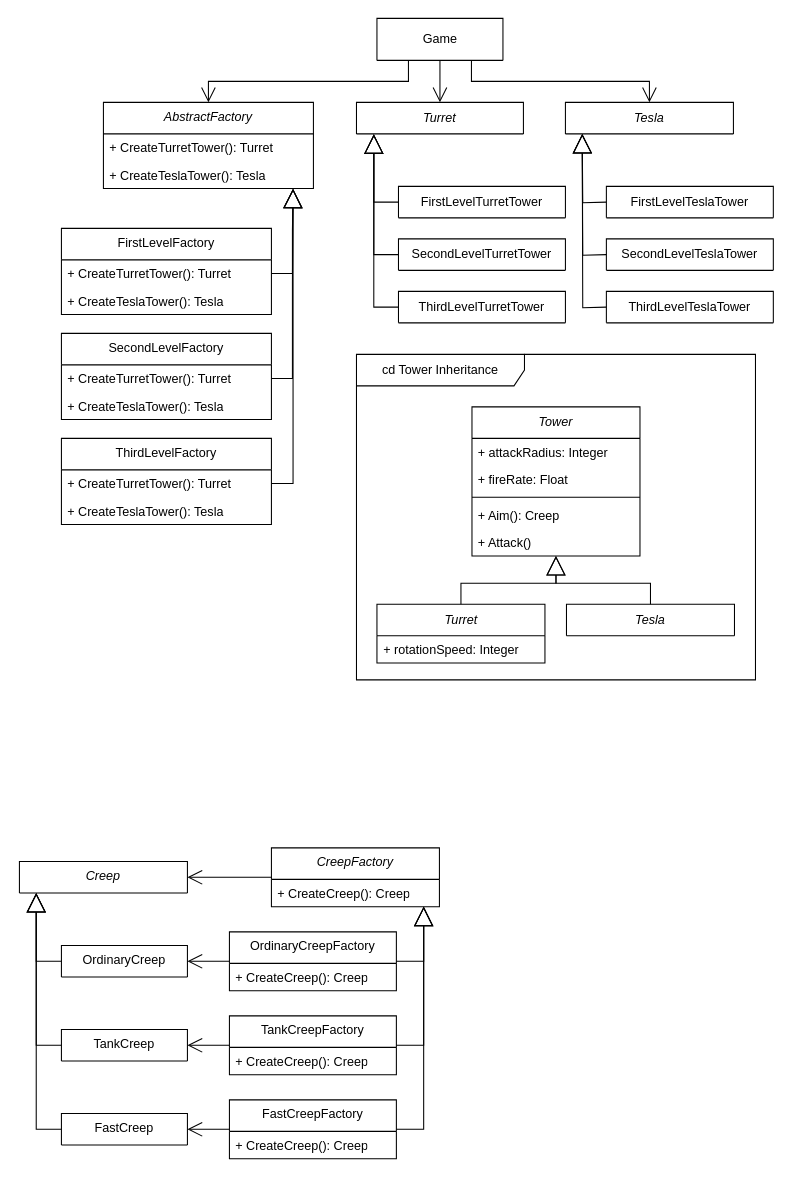
seanslinder/OOAD-2 keeps this draw.io diagram as lab01/OOAD-2_Lab-1.drawio. Above is the earlier version. Source tidied: cells renumbered, new cells numbered last; positions are measured from the earlier drawing's top-left corner, leaving out a move shared by most shapes. Both pictures are drawn from the tidied source at 105%, with x=0, y=0 at pixel (19, 18).
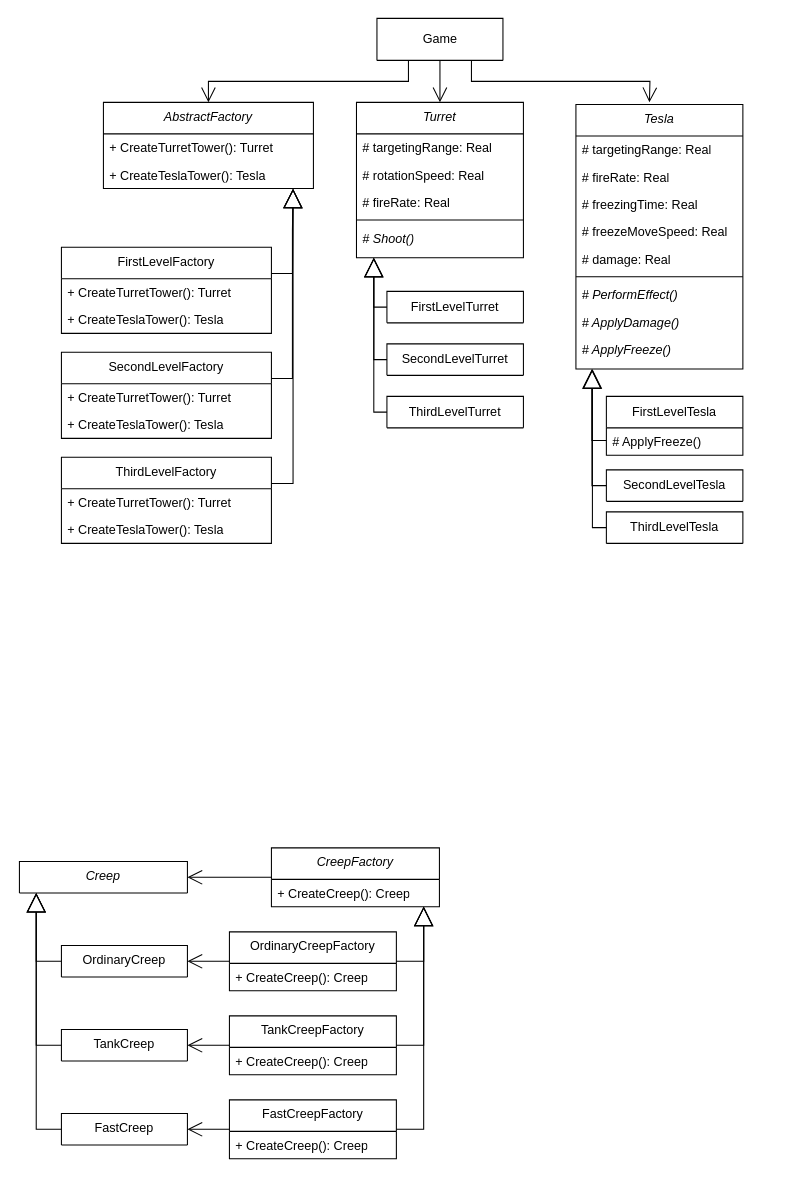
The same page after the edit.

Unchanged cells that the change refers to:
```xml
<mxCell id="2" value="Game" style="swimlane;fontStyle=0;horizontal=1;startSize=40;fillColor=none;whiteSpace=wrap;html=1;" parent="1" vertex="1">
  <mxGeometry x="340.5" width="120" height="40" as="geometry" />
</mxCell>
```

Change to the diagram source:
```diff
@@
-    <mxCell id="6" value="&lt;i&gt;Turret&lt;/i&gt;" style="swimlane;fontStyle=0;horizontal=1;startSize=40;fillColor=none;whiteSpace=wrap;html=1;" parent="1" vertex="1">
-      <mxGeometry x="321" y="80" width="159" height="30" as="geometry" />
-    </mxCell>
-    <mxCell id="7" value="&lt;i&gt;Tesla&lt;/i&gt;" style="swimlane;fontStyle=0;horizontal=1;startSize=40;fillColor=none;whiteSpace=wrap;html=1;" parent="1" vertex="1">
-      <mxGeometry x="520" y="80" width="160" height="30" as="geometry" />
-    </mxCell>
-    <mxCell id="8" value="&lt;span&gt;FirstLevelTurretTower&lt;/span&gt;" style="swimlane;fontStyle=0;horizontal=1;startSize=30;fillColor=none;whiteSpace=wrap;html=1;" parent="1" vertex="1">
-      <mxGeometry x="361" y="160" width="159" height="30" as="geometry" />
+    <mxCell id="8" value="&lt;span&gt;FirstLevelTurret&lt;/span&gt;" style="swimlane;fontStyle=0;horizontal=1;startSize=30;fillColor=none;whiteSpace=wrap;html=1;" parent="1" vertex="1">
+      <mxGeometry x="350" y="260" width="130" height="30" as="geometry" />
     </mxCell>
-    <mxCell id="9" value="&lt;span&gt;SecondLevelTurretTower&lt;/span&gt;" style="swimlane;fontStyle=0;horizontal=1;startSize=40;fillColor=none;whiteSpace=wrap;html=1;" parent="1" vertex="1">
-      <mxGeometry x="361" y="210" width="159" height="30" as="geometry" />
+    <mxCell id="9" value="&lt;span&gt;SecondLevelTurret&lt;/span&gt;" style="swimlane;fontStyle=0;horizontal=1;startSize=40;fillColor=none;whiteSpace=wrap;html=1;" parent="1" vertex="1">
+      <mxGeometry x="350" y="310" width="130" height="30" as="geometry" />
     </mxCell>
-    <mxCell id="10" value="&lt;span&gt;ThirdLevelTurretTower&lt;/span&gt;" style="swimlane;fontStyle=0;horizontal=1;startSize=40;fillColor=none;whiteSpace=wrap;html=1;" parent="1" vertex="1">
-      <mxGeometry x="361" y="260" width="159" height="30" as="geometry" />
+    <mxCell id="10" value="&lt;span&gt;ThirdLevelTurret&lt;/span&gt;" style="swimlane;fontStyle=0;horizontal=1;startSize=40;fillColor=none;whiteSpace=wrap;html=1;" parent="1" vertex="1">
+      <mxGeometry x="350" y="360" width="130" height="30" as="geometry" />
     </mxCell>
-    <mxCell id="11" value="&lt;span&gt;FirstLevelTeslaTower&lt;/span&gt;" style="swimlane;fontStyle=0;horizontal=1;startSize=40;fillColor=none;whiteSpace=wrap;html=1;" parent="1" vertex="1">
-      <mxGeometry x="559" y="160" width="159" height="30" as="geometry" />
+    <mxCell id="11" value="&lt;span&gt;FirstLevelTesla&lt;/span&gt;" style="swimlane;fontStyle=0;horizontal=1;startSize=30;fillColor=none;whiteSpace=wrap;html=1;" parent="1" vertex="1">
+      <mxGeometry x="559" y="360" width="130" height="56" as="geometry" />
     </mxCell>
+    <mxCell id="69" value="# ApplyFreeze()" style="text;strokeColor=none;fillColor=none;align=left;verticalAlign=top;spacingLeft=4;spacingRight=4;overflow=hidden;whiteSpace=wrap;html=1;" parent="11" vertex="1">
+      <mxGeometry y="30" width="130" height="26" as="geometry" />
+    </mxCell>
-    <mxCell id="12" value="&lt;span&gt;SecondLevel&lt;/span&gt;&lt;span&gt;Tesla&lt;/span&gt;&lt;span&gt;Tower&lt;/span&gt;" style="swimlane;fontStyle=0;horizontal=1;startSize=40;fillColor=none;whiteSpace=wrap;html=1;" parent="1" vertex="1">
-      <mxGeometry x="559" y="210" width="159" height="30" as="geometry" />
+    <mxCell id="12" value="&lt;span&gt;SecondLevel&lt;/span&gt;&lt;span&gt;Tesla&lt;/span&gt;" style="swimlane;fontStyle=0;horizontal=1;startSize=40;fillColor=none;whiteSpace=wrap;html=1;" parent="1" vertex="1">
+      <mxGeometry x="559" y="430" width="130" height="30" as="geometry" />
     </mxCell>
-    <mxCell id="13" value="&lt;span&gt;ThirdLevel&lt;/span&gt;&lt;span&gt;Tesla&lt;/span&gt;&lt;span&gt;Tower&lt;/span&gt;" style="swimlane;fontStyle=0;horizontal=1;startSize=40;fillColor=none;whiteSpace=wrap;html=1;" parent="1" vertex="1">
-      <mxGeometry x="559" y="260" width="159" height="30" as="geometry" />
+    <mxCell id="13" value="&lt;span&gt;ThirdLevel&lt;/span&gt;&lt;span&gt;Tesla&lt;/span&gt;" style="swimlane;fontStyle=0;horizontal=1;startSize=40;fillColor=none;whiteSpace=wrap;html=1;" parent="1" vertex="1">
+      <mxGeometry x="559" y="470" width="130" height="30" as="geometry" />
     </mxCell>
-    <mxCell id="14" style="endArrow=block;endSize=16;endFill=0;html=1;rounded=0;entryX=0.104;entryY=1.015;entryDx=0;entryDy=0;exitX=0;exitY=0.5;exitDx=0;exitDy=0;edgeStyle=orthogonalEdgeStyle;entryPerimeter=0;" parent="1" edge="1" source="8" target="6">
-      <mxGeometry relative="1" as="geometry" />
-    </mxCell>
-    <mxCell id="15" style="endArrow=block;endSize=16;endFill=0;html=1;rounded=0;entryX=0.104;entryY=1.015;entryDx=0;entryDy=0;exitX=0;exitY=0.5;exitDx=0;exitDy=0;edgeStyle=orthogonalEdgeStyle;entryPerimeter=0;" parent="1" edge="1" source="9" target="6">
-      <mxGeometry relative="1" as="geometry" />
-    </mxCell>
-    <mxCell id="16" style="endArrow=block;endSize=16;endFill=0;html=1;rounded=0;entryX=0.104;entryY=1.015;entryDx=0;entryDy=0;exitX=0;exitY=0.5;exitDx=0;exitDy=0;edgeStyle=orthogonalEdgeStyle;entryPerimeter=0;" parent="1" edge="1" source="10" target="6">
+    <mxCell id="16" style="endArrow=block;endSize=16;endFill=0;html=1;rounded=0;exitX=0;exitY=0.5;exitDx=0;exitDy=0;edgeStyle=orthogonalEdgeStyle;entryX=0.104;entryY=1;entryDx=0;entryDy=0;entryPerimeter=0;" parent="1" edge="1" source="10" target="75">
       <mxGeometry relative="1" as="geometry" />
     </mxCell>
-    <mxCell id="17" style="endArrow=block;endSize=16;endFill=0;html=1;rounded=0;entryX=0.104;entryY=1.015;entryDx=0;entryDy=0;exitX=0;exitY=0.5;exitDx=0;exitDy=0;edgeStyle=orthogonalEdgeStyle;entryPerimeter=0;" parent="1" edge="1">
-      <mxGeometry relative="1" as="geometry">
-        <mxPoint x="559" y="175" as="sourcePoint" />
-        <mxPoint x="536" y="110" as="targetPoint" />
-      </mxGeometry>
-    </mxCell>
-    <mxCell id="18" style="endArrow=block;endSize=16;endFill=0;html=1;rounded=0;entryX=0.104;entryY=1.015;entryDx=0;entryDy=0;exitX=0;exitY=0.5;exitDx=0;exitDy=0;edgeStyle=orthogonalEdgeStyle;entryPerimeter=0;" parent="1" edge="1">
-      <mxGeometry relative="1" as="geometry">
-        <mxPoint x="559" y="225" as="sourcePoint" />
-        <mxPoint x="536" y="110" as="targetPoint" />
-      </mxGeometry>
-    </mxCell>
-    <mxCell id="19" style="endArrow=block;endSize=16;endFill=0;html=1;rounded=0;entryX=0.104;entryY=1.015;entryDx=0;entryDy=0;exitX=0;exitY=0.5;exitDx=0;exitDy=0;edgeStyle=orthogonalEdgeStyle;entryPerimeter=0;" parent="1" edge="1">
-      <mxGeometry relative="1" as="geometry">
-        <mxPoint x="559" y="275" as="sourcePoint" />
-        <mxPoint x="536" y="110" as="targetPoint" />
-      </mxGeometry>
-    </mxCell>
@@
-    <mxCell id="21" style="endArrow=open;endFill=1;endSize=12;html=1;rounded=0;exitX=0.5;exitY=1;exitDx=0;exitDy=0;entryX=0.5;entryY=0;entryDx=0;entryDy=0;" parent="1" edge="1" source="2" target="6">
+    <mxCell id="21" style="endArrow=open;endFill=1;endSize=12;html=1;rounded=0;exitX=0.5;exitY=1;exitDx=0;exitDy=0;entryX=0.5;entryY=0;entryDx=0;entryDy=0;" parent="1" edge="1" source="2" target="70">
       <mxGeometry relative="1" as="geometry" />
     </mxCell>
-    <mxCell id="22" style="endArrow=open;endFill=1;endSize=12;html=1;rounded=0;exitX=0.75;exitY=1;exitDx=0;exitDy=0;entryX=0.5;entryY=0;entryDx=0;entryDy=0;edgeStyle=orthogonalEdgeStyle;" parent="1" edge="1" source="2" target="7">
-      <mxGeometry relative="1" as="geometry" />
+    <mxCell id="22" style="endArrow=open;endFill=1;endSize=12;html=1;rounded=0;exitX=0.75;exitY=1;exitDx=0;exitDy=0;entryX=0.5;entryY=0;entryDx=0;entryDy=0;edgeStyle=orthogonalEdgeStyle;" parent="1" edge="1" source="2">
+      <mxGeometry relative="1" as="geometry">
+        <mxPoint x="600" y="80" as="targetPoint" />
+      </mxGeometry>
     </mxCell>
     <mxCell id="23" value="&lt;span style=&quot;font-weight: normal;&quot;&gt;FirstLevelFactory&lt;/span&gt;" style="swimlane;fontStyle=1;align=center;verticalAlign=top;horizontal=1;startSize=30;whiteSpace=wrap;html=1;" parent="1" vertex="1">
-      <mxGeometry x="40" y="200" width="200" height="82" as="geometry" />
+      <mxGeometry x="40" y="218" width="200" height="82" as="geometry" />
     </mxCell>
@@
     <mxCell id="26" value="&lt;span style=&quot;font-weight: normal;&quot;&gt;SecondLevelFactory&lt;/span&gt;" style="swimlane;fontStyle=1;align=center;verticalAlign=top;horizontal=1;startSize=30;whiteSpace=wrap;html=1;" parent="1" vertex="1">
-      <mxGeometry x="40" y="300" width="200" height="82" as="geometry" />
+      <mxGeometry x="40" y="318" width="200" height="82" as="geometry" />
     </mxCell>
@@
     <mxCell id="31" value="&lt;span style=&quot;font-weight: normal;&quot;&gt;ThirdLevelFactory&lt;/span&gt;" style="swimlane;fontStyle=1;align=center;verticalAlign=top;horizontal=1;startSize=30;whiteSpace=wrap;html=1;" parent="1" vertex="1">
-      <mxGeometry x="40" y="400" width="200" height="82" as="geometry" />
+      <mxGeometry x="40" y="418" width="200" height="82" as="geometry" />
     </mxCell>
@@
-    <mxCell id="35" value="&lt;i&gt;Tower&lt;/i&gt;" style="swimlane;fontStyle=0;horizontal=1;startSize=30;fillColor=none;whiteSpace=wrap;html=1;" parent="1" vertex="1">
-      <mxGeometry x="431" y="370" width="160" height="142" as="geometry" />
-    </mxCell>
-    <mxCell id="36" value="+ attackRadius: Integer" style="text;strokeColor=none;fillColor=none;align=left;verticalAlign=top;spacingLeft=4;spacingRight=4;overflow=hidden;whiteSpace=wrap;html=1;" parent="35" vertex="1">
-      <mxGeometry y="30" width="160" height="26" as="geometry" />
-    </mxCell>
-    <mxCell id="37" value="+ fireRate: Float" style="text;strokeColor=none;fillColor=none;align=left;verticalAlign=top;spacingLeft=4;spacingRight=4;overflow=hidden;whiteSpace=wrap;html=1;" parent="35" vertex="1">
-      <mxGeometry y="56" width="160" height="26" as="geometry" />
-    </mxCell>
-    <mxCell id="38" style="line;strokeWidth=1;fillColor=none;align=left;verticalAlign=middle;spacingTop=-1;spacingLeft=3;spacingRight=3;labelPosition=right;strokeColor=inherit;" parent="35" vertex="1">
-      <mxGeometry y="82" width="160" height="8" as="geometry" />
-    </mxCell>
-    <mxCell id="39" value="+ Aim(): Creep" style="text;strokeColor=none;fillColor=none;align=left;verticalAlign=top;spacingLeft=4;spacingRight=4;overflow=hidden;whiteSpace=wrap;html=1;" parent="35" vertex="1">
-      <mxGeometry y="90" width="160" height="26" as="geometry" />
-    </mxCell>
-    <mxCell id="40" value="+ Attack()" style="text;strokeColor=none;fillColor=none;align=left;verticalAlign=top;spacingLeft=4;spacingRight=4;overflow=hidden;whiteSpace=wrap;html=1;" parent="35" vertex="1">
-      <mxGeometry y="116" width="160" height="26" as="geometry" />
-    </mxCell>
-    <mxCell id="41" style="endArrow=block;endSize=16;endFill=0;html=1;rounded=0;edgeStyle=orthogonalEdgeStyle;exitX=0.5;exitY=0;exitDx=0;exitDy=0;entryX=0.5;entryY=1;entryDx=0;entryDy=0;" parent="1" edge="1" source="45" target="35">
-      <mxGeometry relative="1" as="geometry">
-        <Array as="points">
-          <mxPoint x="421" y="538" />
-          <mxPoint x="511" y="538" />
-        </Array>
-      </mxGeometry>
-    </mxCell>
-    <mxCell id="42" style="endArrow=block;endSize=16;endFill=0;html=1;rounded=0;exitX=0.5;exitY=0;exitDx=0;exitDy=0;edgeStyle=orthogonalEdgeStyle;entryX=0.5;entryY=1;entryDx=0;entryDy=0;" parent="1" edge="1" source="43" target="35">
-      <mxGeometry relative="1" as="geometry">
-        <Array as="points">
-          <mxPoint x="601" y="538" />
-          <mxPoint x="511" y="538" />
-        </Array>
-      </mxGeometry>
-    </mxCell>
-    <mxCell id="43" value="&lt;i&gt;Tesla&lt;/i&gt;" style="swimlane;fontStyle=0;horizontal=1;startSize=40;fillColor=none;whiteSpace=wrap;html=1;" parent="1" vertex="1">
-      <mxGeometry x="521" y="558" width="160" height="30" as="geometry" />
-    </mxCell>
-    <mxCell id="44" value="cd Tower Inheritance" style="shape=umlFrame;whiteSpace=wrap;html=1;width=160;" parent="1" vertex="1">
-      <mxGeometry x="321" y="320" width="380" height="310" as="geometry" />
-    </mxCell>
-    <mxCell id="45" value="&lt;i&gt;Turret&lt;/i&gt;" style="swimlane;fontStyle=0;horizontal=1;startSize=30;fillColor=none;whiteSpace=wrap;html=1;" parent="44" vertex="1">
-      <mxGeometry x="19.5" y="238" width="160" height="56" as="geometry" />
-    </mxCell>
-    <mxCell id="46" value="+ rotationSpeed: Integer" style="text;strokeColor=none;fillColor=none;align=left;verticalAlign=top;spacingLeft=4;spacingRight=4;overflow=hidden;whiteSpace=wrap;html=1;" parent="45" vertex="1">
-      <mxGeometry y="30" width="160" height="26" as="geometry" />
-    </mxCell>
@@
+    <mxCell id="70" value="&lt;i style=&quot;font-weight: 400;&quot;&gt;Turret&lt;/i&gt;" style="swimlane;fontStyle=1;align=center;verticalAlign=top;horizontal=1;startSize=30;whiteSpace=wrap;html=1;" parent="1" vertex="1">
+      <mxGeometry x="321" y="80" width="159" height="148" as="geometry" />
+    </mxCell>
+    <mxCell id="71" value="# targetingRange: Real" style="text;strokeColor=none;fillColor=none;align=left;verticalAlign=top;spacingLeft=4;spacingRight=4;overflow=hidden;whiteSpace=wrap;html=1;" parent="70" vertex="1">
+      <mxGeometry y="30" width="159" height="26" as="geometry" />
+    </mxCell>
+    <mxCell id="72" value="# rotationSpeed: Real" style="text;strokeColor=none;fillColor=none;align=left;verticalAlign=top;spacingLeft=4;spacingRight=4;overflow=hidden;whiteSpace=wrap;html=1;" parent="70" vertex="1">
+      <mxGeometry y="56" width="159" height="26" as="geometry" />
+    </mxCell>
+    <mxCell id="73" value="# fireRate: Real" style="text;strokeColor=none;fillColor=none;align=left;verticalAlign=top;spacingLeft=4;spacingRight=4;overflow=hidden;whiteSpace=wrap;html=1;" parent="70" vertex="1">
+      <mxGeometry y="82" width="159" height="26" as="geometry" />
+    </mxCell>
+    <mxCell id="74" style="line;strokeWidth=1;fillColor=none;align=left;verticalAlign=middle;spacingTop=-1;spacingLeft=3;spacingRight=3;labelPosition=right;strokeColor=inherit;" parent="70" vertex="1">
+      <mxGeometry y="108" width="159" height="8" as="geometry" />
+    </mxCell>
+    <mxCell id="75" value="# Shoot()" style="text;strokeColor=none;fillColor=none;align=left;verticalAlign=top;spacingLeft=4;spacingRight=4;overflow=hidden;points=[[0,0.5],[1,0.5]];portConstraint=eastwest;whiteSpace=wrap;html=1;fontStyle=2;" parent="70" vertex="1">
+      <mxGeometry y="116" width="159" height="32" as="geometry" />
+    </mxCell>
+    <mxCell id="76" value="&lt;i style=&quot;font-weight: 400;&quot;&gt;Tesla&lt;/i&gt;" style="swimlane;fontStyle=1;align=center;verticalAlign=top;horizontal=1;startSize=30;whiteSpace=wrap;html=1;" parent="1" vertex="1">
+      <mxGeometry x="530" y="82" width="159" height="252" as="geometry" />
+    </mxCell>
+    <mxCell id="77" value="# targetingRange: Real" style="text;strokeColor=none;fillColor=none;align=left;verticalAlign=top;spacingLeft=4;spacingRight=4;overflow=hidden;whiteSpace=wrap;html=1;" parent="76" vertex="1">
+      <mxGeometry y="30" width="159" height="26" as="geometry" />
+    </mxCell>
+    <mxCell id="78" value="# fireRate: Real" style="text;strokeColor=none;fillColor=none;align=left;verticalAlign=top;spacingLeft=4;spacingRight=4;overflow=hidden;whiteSpace=wrap;html=1;" parent="76" vertex="1">
+      <mxGeometry y="56" width="159" height="26" as="geometry" />
+    </mxCell>
+    <mxCell id="79" value="# freezingTime: Real" style="text;strokeColor=none;fillColor=none;align=left;verticalAlign=top;spacingLeft=4;spacingRight=4;overflow=hidden;whiteSpace=wrap;html=1;" parent="76" vertex="1">
+      <mxGeometry y="82" width="159" height="26" as="geometry" />
+    </mxCell>
+    <mxCell id="80" value="# freezeMoveSpeed: Real" style="text;strokeColor=none;fillColor=none;align=left;verticalAlign=top;spacingLeft=4;spacingRight=4;overflow=hidden;whiteSpace=wrap;html=1;" parent="76" vertex="1">
+      <mxGeometry y="108" width="159" height="26" as="geometry" />
+    </mxCell>
+    <mxCell id="81" value="# damage: Real" style="text;strokeColor=none;fillColor=none;align=left;verticalAlign=top;spacingLeft=4;spacingRight=4;overflow=hidden;whiteSpace=wrap;html=1;" parent="76" vertex="1">
+      <mxGeometry y="134" width="159" height="26" as="geometry" />
+    </mxCell>
+    <mxCell id="82" style="line;strokeWidth=1;fillColor=none;align=left;verticalAlign=middle;spacingTop=-1;spacingLeft=3;spacingRight=3;labelPosition=right;strokeColor=inherit;" parent="76" vertex="1">
+      <mxGeometry y="160" width="159" height="8" as="geometry" />
+    </mxCell>
+    <mxCell id="83" value="# PerformEffect()" style="text;strokeColor=none;fillColor=none;align=left;verticalAlign=top;spacingLeft=4;spacingRight=4;overflow=hidden;whiteSpace=wrap;html=1;fontStyle=2;" parent="76" vertex="1">
+      <mxGeometry y="168" width="159" height="26" as="geometry" />
+    </mxCell>
+    <mxCell id="84" value="# ApplyDamage()" style="text;strokeColor=none;fillColor=none;align=left;verticalAlign=top;spacingLeft=4;spacingRight=4;overflow=hidden;whiteSpace=wrap;html=1;fontStyle=2;" parent="76" vertex="1">
+      <mxGeometry y="194" width="159" height="26" as="geometry" />
+    </mxCell>
+    <mxCell id="85" value="# ApplyFreeze()" style="text;strokeColor=none;fillColor=none;align=left;verticalAlign=top;spacingLeft=4;spacingRight=4;overflow=hidden;points=[[0,0.5],[1,0.5]];portConstraint=eastwest;whiteSpace=wrap;html=1;fontStyle=2;" parent="76" vertex="1">
+      <mxGeometry y="220" width="159" height="32" as="geometry" />
+    </mxCell>
+    <mxCell id="86" style="endArrow=block;endSize=16;endFill=0;html=1;rounded=0;exitX=0;exitY=0.5;exitDx=0;exitDy=0;edgeStyle=orthogonalEdgeStyle;entryX=0.103;entryY=1.005;entryDx=0;entryDy=0;entryPerimeter=0;" parent="1" edge="1" source="8" target="75">
+      <mxGeometry relative="1" as="geometry" />
+    </mxCell>
+    <mxCell id="87" style="endArrow=block;endSize=16;endFill=0;html=1;rounded=0;exitX=0;exitY=0.5;exitDx=0;exitDy=0;edgeStyle=orthogonalEdgeStyle;entryX=0.104;entryY=0.997;entryDx=0;entryDy=0;entryPerimeter=0;" parent="1" edge="1" source="9" target="75">
+      <mxGeometry relative="1" as="geometry" />
+    </mxCell>
+    <mxCell id="88" style="endArrow=block;endSize=16;endFill=0;html=1;rounded=0;exitX=0;exitY=0.5;exitDx=0;exitDy=0;edgeStyle=orthogonalEdgeStyle;entryX=0.099;entryY=1.003;entryDx=0;entryDy=0;entryPerimeter=0;" parent="1" edge="1" source="13" target="85">
+      <mxGeometry relative="1" as="geometry" />
+    </mxCell>
+    <mxCell id="89" style="endArrow=block;endSize=16;endFill=0;html=1;rounded=0;exitX=0;exitY=0.5;exitDx=0;exitDy=0;edgeStyle=orthogonalEdgeStyle;entryX=0.096;entryY=1.003;entryDx=0;entryDy=0;entryPerimeter=0;" parent="1" edge="1" source="12" target="85">
+      <mxGeometry relative="1" as="geometry" />
+    </mxCell>
+    <mxCell id="90" style="endArrow=block;endSize=16;endFill=0;html=1;rounded=0;exitX=0;exitY=0.75;exitDx=0;exitDy=0;edgeStyle=orthogonalEdgeStyle;entryX=0.096;entryY=1.003;entryDx=0;entryDy=0;entryPerimeter=0;" parent="1" edge="1" source="11" target="85">
+      <mxGeometry relative="1" as="geometry" />
+    </mxCell>
```
